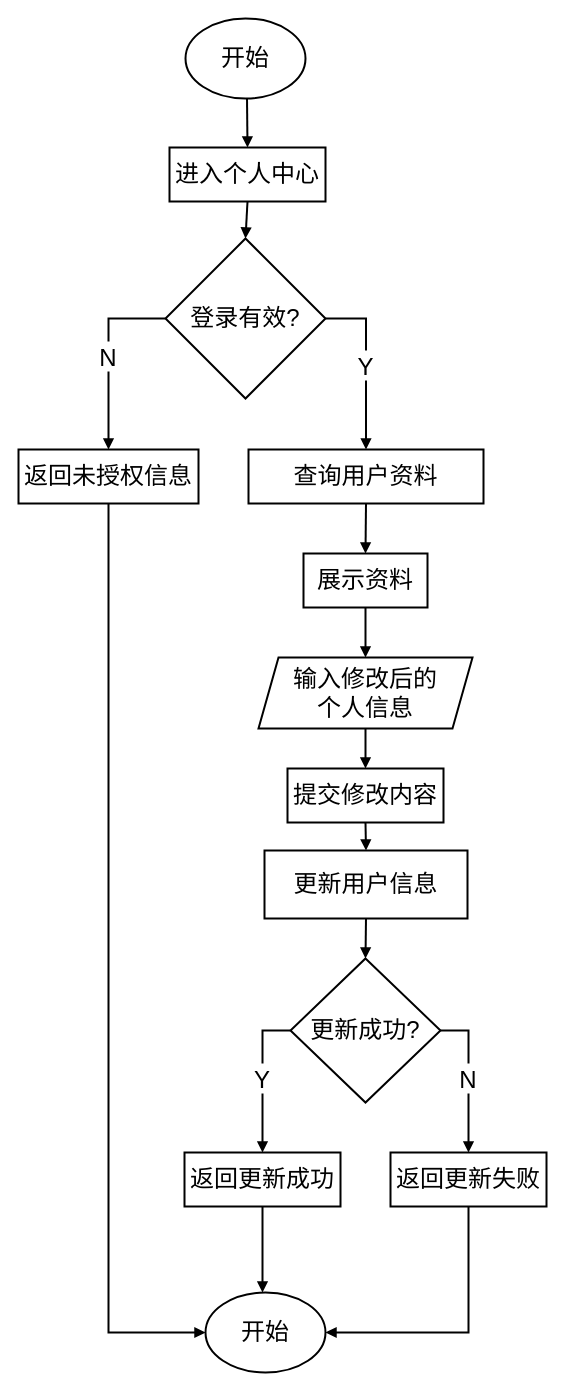
This is 个人信息管理功能流程图.drawio from LichCarlos/darwIo, a draw.io file, before an edit. Source tidied: cells renumbered, new cells numbered last; positions are measured from the earlier drawing's top-left corner, leaving out a move shared by most shapes. Both pictures are drawn from the tidied source at 100%, with x=0, y=0 at pixel (18, -290).
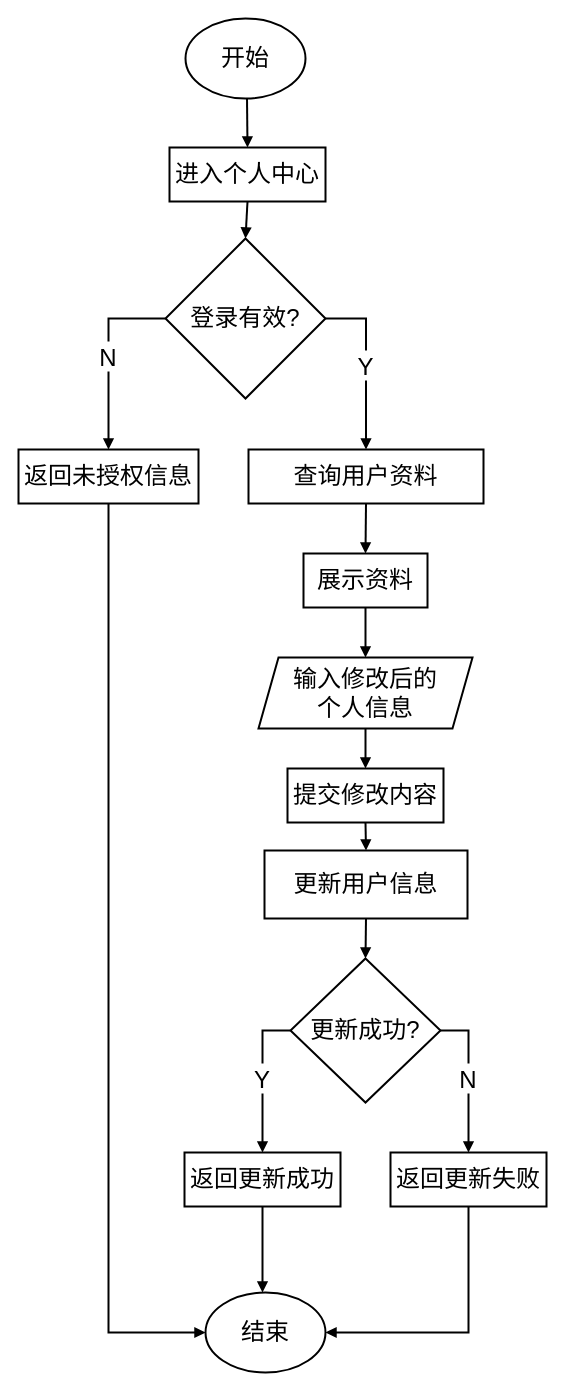
Above is the later version.

Commit message:
更新个人信息管理功能流程图.drawio

What changed in the source:
```diff
@@
-    <mxCell id="31" value="开始" style="ellipse;whiteSpace=wrap;html=1;fontSize=24;strokeWidth=2;" parent="1" vertex="1">
+    <mxCell id="31" value="结束" style="ellipse;whiteSpace=wrap;html=1;fontSize=24;strokeWidth=2;" parent="1" vertex="1">
       <mxGeometry x="187" y="1582" width="120" height="80" as="geometry" />
     </mxCell>
```
